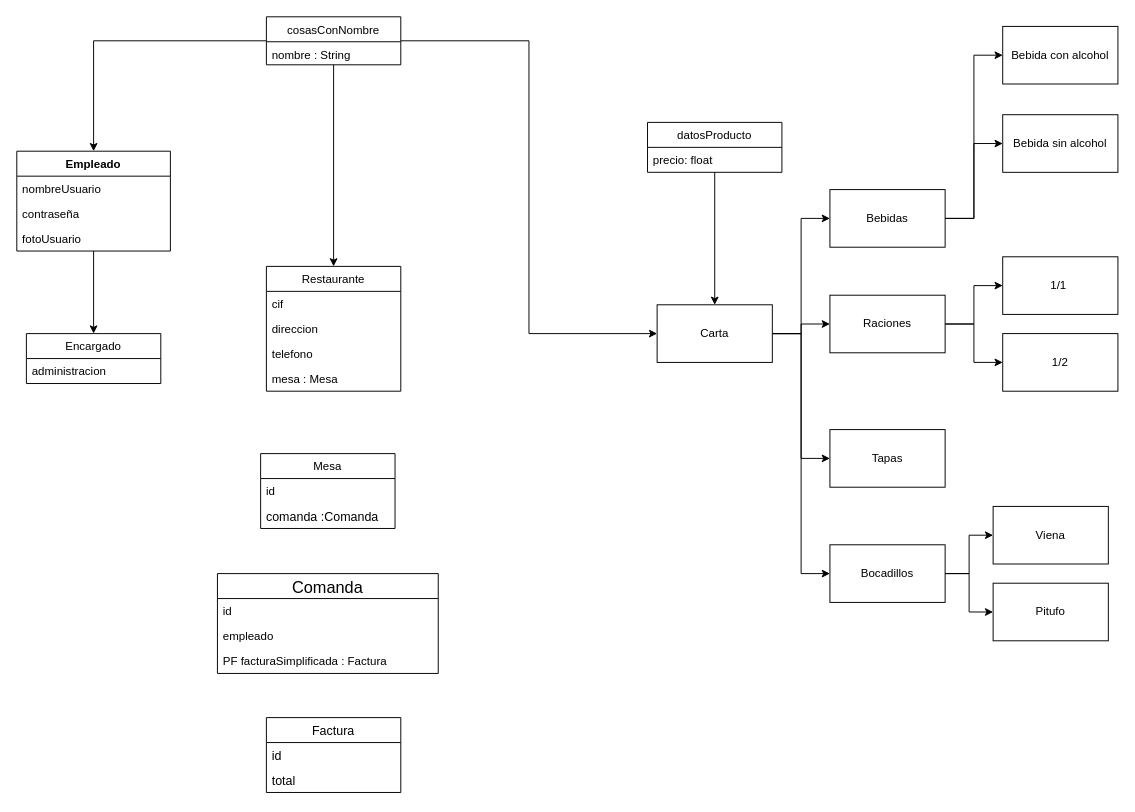
pacodelarco/TPV-FranciscoDelArco keeps this draw.io diagram as page "Diagrama 01" (1 of 3) of Diagrama/DiagramaTPV.drawio. Above is the earlier version. Source tidied: cells renumbered, new cells numbered last; positions are measured from the earlier drawing's top-left corner, leaving out a move shared by most shapes. Both pictures are drawn from the tidied source at 96%, with x=0, y=0 at pixel (16, 16).
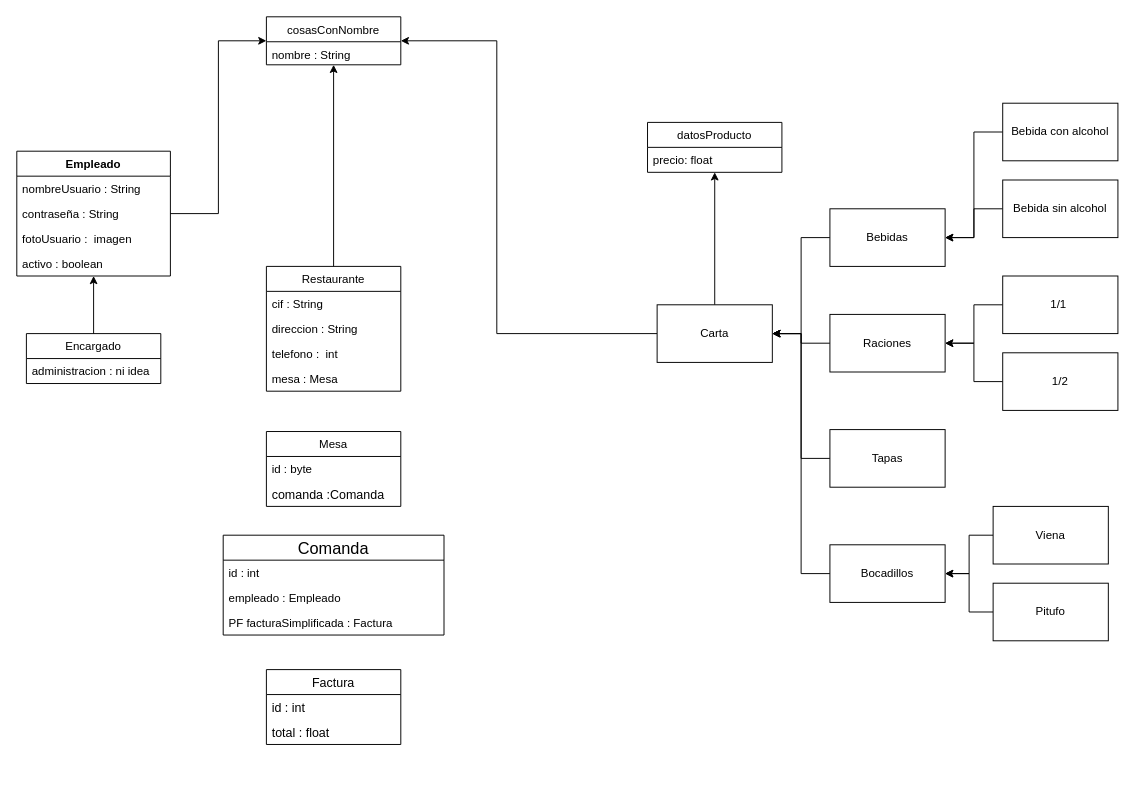
After the change.

Unchanged cells that the change refers to:
```xml
<mxCell id="6" value="Carta" style="rounded=0;whiteSpace=wrap;html=1;" parent="1" vertex="1">
  <mxGeometry x="667" y="300" width="120" height="60" as="geometry" />
</mxCell>
<mxCell id="13" value="Tapas" style="rounded=0;whiteSpace=wrap;html=1;" parent="1" vertex="1">
  <mxGeometry x="847" y="430" width="120" height="60" as="geometry" />
</mxCell>
<mxCell id="16" value="Bocadillos" style="rounded=0;whiteSpace=wrap;html=1;" parent="1" vertex="1">
  <mxGeometry x="847" y="550" width="120" height="60" as="geometry" />
</mxCell>
<mxCell id="21" value="Viena" style="whiteSpace=wrap;html=1;" parent="1" vertex="1">
  <mxGeometry x="1017" y="510" width="120" height="60" as="geometry" />
</mxCell>
<mxCell id="22" value="Pitufo" style="whiteSpace=wrap;html=1;" parent="1" vertex="1">
  <mxGeometry x="1017" y="590" width="120" height="60" as="geometry" />
</mxCell>
<mxCell id="24" value="datosProducto" style="swimlane;fontStyle=0;horizontal=1;startSize=26;fillColor=none;" parent="1" vertex="1">
  <mxGeometry x="657" y="110" width="140" height="52" as="geometry" />
</mxCell>
<mxCell id="31" value="Encargado" style="swimlane;fontStyle=0;horizontal=1;startSize=26;fillColor=none;" parent="1" vertex="1">
  <mxGeometry x="10" y="330" width="140" height="52" as="geometry" />
</mxCell>
<mxCell id="36" value="cosasConNombre" style="swimlane;fontStyle=0;horizontal=1;startSize=26;fillColor=none;" parent="1" vertex="1">
  <mxGeometry x="260" width="140" height="50" as="geometry" />
</mxCell>
<mxCell id="38" value="Restaurante" style="swimlane;fontStyle=0;horizontal=1;startSize=26;fillColor=none;" parent="1" vertex="1">
  <mxGeometry x="260" y="260" width="140" height="130" as="geometry" />
</mxCell>
```

Diff of the diagram source:
```diff
@@
-    <mxCell id="2" style="edgeStyle=orthogonalEdgeStyle;rounded=0;jettySize=auto;html=1;entryX=0;entryY=0.5;entryDx=0;entryDy=0;" parent="1" edge="1" source="6" target="9">
-      <mxGeometry relative="1" as="geometry" />
-    </mxCell>
-    <mxCell id="3" style="edgeStyle=orthogonalEdgeStyle;rounded=0;jettySize=auto;html=1;" parent="1" edge="1" source="6" target="12">
-      <mxGeometry relative="1" as="geometry" />
-    </mxCell>
-    <mxCell id="4" style="edgeStyle=orthogonalEdgeStyle;rounded=0;jettySize=auto;html=1;entryX=0;entryY=0.5;entryDx=0;entryDy=0;" parent="1" edge="1" source="6" target="13">
-      <mxGeometry relative="1" as="geometry" />
-    </mxCell>
-    <mxCell id="5" style="edgeStyle=orthogonalEdgeStyle;rounded=0;jettySize=auto;html=1;entryX=0;entryY=0.5;entryDx=0;entryDy=0;" parent="1" edge="1" source="6" target="16">
-      <mxGeometry relative="1" as="geometry" />
-    </mxCell>
+    <mxCell id="53" style="edgeStyle=orthogonalEdgeStyle;rounded=0;jettySize=auto;html=1;" parent="1" edge="1" source="6" target="36">
+      <mxGeometry relative="1" as="geometry">
+        <Array as="points">
+          <mxPoint x="500" y="330" />
+          <mxPoint x="500" y="25" />
+        </Array>
+      </mxGeometry>
+    </mxCell>
+    <mxCell id="54" style="edgeStyle=orthogonalEdgeStyle;rounded=0;jettySize=auto;html=1;" parent="1" edge="1" source="6" target="24">
+      <mxGeometry relative="1" as="geometry" />
+    </mxCell>
@@
-    <mxCell id="7" style="edgeStyle=orthogonalEdgeStyle;rounded=0;jettySize=auto;html=1;entryX=0;entryY=0.5;entryDx=0;entryDy=0;exitX=1;exitY=0.5;exitDx=0;exitDy=0;" parent="1" edge="1" source="9" target="17">
-      <mxGeometry relative="1" as="geometry" />
-    </mxCell>
-    <mxCell id="8" style="edgeStyle=orthogonalEdgeStyle;rounded=0;jettySize=auto;html=1;entryX=0;entryY=0.5;entryDx=0;entryDy=0;" parent="1" edge="1" source="9" target="18">
-      <mxGeometry relative="1" as="geometry" />
-    </mxCell>
+    <mxCell id="55" style="edgeStyle=orthogonalEdgeStyle;rounded=0;jettySize=auto;html=1;entryX=1;entryY=0.5;entryDx=0;entryDy=0;" parent="1" edge="1" source="9" target="6">
+      <mxGeometry relative="1" as="geometry" />
+    </mxCell>
     <mxCell id="9" value="Bebidas" style="rounded=0;whiteSpace=wrap;html=1;" parent="1" vertex="1">
-      <mxGeometry x="847" y="180" width="120" height="60" as="geometry" />
+      <mxGeometry x="847" y="200" width="120" height="60" as="geometry" />
     </mxCell>
-    <mxCell id="10" style="edgeStyle=orthogonalEdgeStyle;rounded=0;jettySize=auto;html=1;entryX=0;entryY=0.5;entryDx=0;entryDy=0;" parent="1" edge="1" source="12" target="19">
-      <mxGeometry relative="1" as="geometry" />
-    </mxCell>
-    <mxCell id="11" style="edgeStyle=orthogonalEdgeStyle;rounded=0;jettySize=auto;html=1;" parent="1" edge="1" source="12" target="20">
-      <mxGeometry relative="1" as="geometry" />
-    </mxCell>
+    <mxCell id="56" style="edgeStyle=orthogonalEdgeStyle;rounded=0;jettySize=auto;html=1;entryX=1;entryY=0.5;entryDx=0;entryDy=0;" parent="1" edge="1" source="12" target="6">
+      <mxGeometry relative="1" as="geometry" />
+    </mxCell>
     <mxCell id="12" value="Raciones" style="rounded=0;whiteSpace=wrap;html=1;" parent="1" vertex="1">
-      <mxGeometry x="847" y="290" width="120" height="60" as="geometry" />
+      <mxGeometry x="847" y="310" width="120" height="60" as="geometry" />
     </mxCell>
+    <mxCell id="57" style="edgeStyle=orthogonalEdgeStyle;rounded=0;jettySize=auto;html=1;entryX=1;entryY=0.5;entryDx=0;entryDy=0;" parent="1" edge="1" source="13" target="6">
+      <mxGeometry relative="1" as="geometry" />
+    </mxCell>
@@
-    <mxCell id="14" style="edgeStyle=orthogonalEdgeStyle;rounded=0;jettySize=auto;html=1;" parent="1" edge="1" source="16" target="21">
-      <mxGeometry relative="1" as="geometry" />
-    </mxCell>
-    <mxCell id="15" style="edgeStyle=orthogonalEdgeStyle;rounded=0;jettySize=auto;html=1;entryX=0;entryY=0.5;entryDx=0;entryDy=0;" parent="1" edge="1" source="16" target="22">
-      <mxGeometry relative="1" as="geometry" />
-    </mxCell>
+    <mxCell id="58" style="edgeStyle=orthogonalEdgeStyle;rounded=0;jettySize=auto;html=1;entryX=1;entryY=0.5;entryDx=0;entryDy=0;" parent="1" edge="1" source="16" target="6">
+      <mxGeometry relative="1" as="geometry" />
+    </mxCell>
@@
+    <mxCell id="59" style="edgeStyle=orthogonalEdgeStyle;rounded=0;jettySize=auto;html=1;entryX=1;entryY=0.5;entryDx=0;entryDy=0;" parent="1" edge="1" source="17" target="9">
+      <mxGeometry relative="1" as="geometry" />
+    </mxCell>
     <mxCell id="17" value="Bebida con alcohol" style="rounded=0;whiteSpace=wrap;html=1;" parent="1" vertex="1">
-      <mxGeometry x="1027" y="10" width="120" height="60" as="geometry" />
+      <mxGeometry x="1027" y="90" width="120" height="60" as="geometry" />
     </mxCell>
+    <mxCell id="60" style="edgeStyle=orthogonalEdgeStyle;rounded=0;jettySize=auto;html=1;entryX=1;entryY=0.5;entryDx=0;entryDy=0;" parent="1" edge="1" source="18" target="9">
+      <mxGeometry relative="1" as="geometry" />
+    </mxCell>
     <mxCell id="18" value="Bebida sin&amp;nbsp;alcohol" style="rounded=0;whiteSpace=wrap;html=1;" parent="1" vertex="1">
-      <mxGeometry x="1027" y="102" width="120" height="60" as="geometry" />
+      <mxGeometry x="1027" y="170" width="120" height="60" as="geometry" />
     </mxCell>
+    <mxCell id="61" style="edgeStyle=orthogonalEdgeStyle;rounded=0;jettySize=auto;html=1;entryX=1;entryY=0.5;entryDx=0;entryDy=0;" parent="1" edge="1" source="19" target="12">
+      <mxGeometry relative="1" as="geometry" />
+    </mxCell>
     <mxCell id="19" value="1/1&amp;nbsp;" style="rounded=0;whiteSpace=wrap;html=1;" parent="1" vertex="1">
-      <mxGeometry x="1027" y="250" width="120" height="60" as="geometry" />
+      <mxGeometry x="1027" y="270" width="120" height="60" as="geometry" />
     </mxCell>
+    <mxCell id="62" style="edgeStyle=orthogonalEdgeStyle;rounded=0;jettySize=auto;html=1;entryX=1;entryY=0.5;entryDx=0;entryDy=0;" parent="1" edge="1" source="20" target="12">
+      <mxGeometry relative="1" as="geometry" />
+    </mxCell>
     <mxCell id="20" value="1/2" style="rounded=0;whiteSpace=wrap;html=1;" parent="1" vertex="1">
-      <mxGeometry x="1027" y="330" width="120" height="60" as="geometry" />
+      <mxGeometry x="1027" y="350" width="120" height="60" as="geometry" />
     </mxCell>
+    <mxCell id="63" style="edgeStyle=orthogonalEdgeStyle;rounded=0;jettySize=auto;html=1;entryX=1;entryY=0.5;entryDx=0;entryDy=0;" parent="1" edge="1" source="21" target="16">
+      <mxGeometry relative="1" as="geometry" />
+    </mxCell>
@@
+    <mxCell id="64" style="edgeStyle=orthogonalEdgeStyle;rounded=0;jettySize=auto;html=1;entryX=1;entryY=0.5;entryDx=0;entryDy=0;" parent="1" edge="1" source="22" target="16">
+      <mxGeometry relative="1" as="geometry" />
+    </mxCell>
@@
-    <mxCell id="23" style="edgeStyle=orthogonalEdgeStyle;rounded=0;jettySize=auto;html=1;" parent="1" edge="1" source="24" target="6">
-      <mxGeometry relative="1" as="geometry" />
-    </mxCell>
@@
-    <mxCell id="26" style="edgeStyle=orthogonalEdgeStyle;rounded=0;jettySize=auto;html=1;entryX=0.5;entryY=0;entryDx=0;entryDy=0;" parent="1" edge="1" source="27" target="31">
-      <mxGeometry relative="1" as="geometry" />
-    </mxCell>
+    <mxCell id="65" style="edgeStyle=orthogonalEdgeStyle;rounded=0;jettySize=auto;html=1;entryX=0;entryY=0.5;entryDx=0;entryDy=0;" parent="1" edge="1" source="27" target="36">
+      <mxGeometry relative="1" as="geometry" />
+    </mxCell>
     <mxCell id="27" value="Empleado" style="swimlane;fontStyle=1;align=center;verticalAlign=top;horizontal=1;startSize=26;" parent="1" vertex="1">
-      <mxGeometry y="140" width="160" height="104" as="geometry" />
+      <mxGeometry y="140" width="160" height="130" as="geometry" />
     </mxCell>
-    <mxCell id="28" value="nombreUsuario" style="text;strokeColor=none;fillColor=none;align=left;verticalAlign=top;spacingLeft=4;spacingRight=4;overflow=hidden;" parent="27" vertex="1">
+    <mxCell id="28" value="nombreUsuario : String" style="text;strokeColor=none;fillColor=none;align=left;verticalAlign=top;spacingLeft=4;spacingRight=4;overflow=hidden;" parent="27" vertex="1">
       <mxGeometry y="26" width="160" height="26" as="geometry" />
     </mxCell>
-    <mxCell id="29" value="contraseña" style="text;strokeColor=none;fillColor=none;align=left;verticalAlign=top;spacingLeft=4;spacingRight=4;overflow=hidden;" parent="27" vertex="1">
+    <mxCell id="29" value="contraseña : String" style="text;strokeColor=none;fillColor=none;align=left;verticalAlign=top;spacingLeft=4;spacingRight=4;overflow=hidden;" parent="27" vertex="1">
       <mxGeometry y="52" width="160" height="26" as="geometry" />
     </mxCell>
-    <mxCell id="30" value="fotoUsuario" style="text;strokeColor=none;fillColor=none;align=left;verticalAlign=top;spacingLeft=4;spacingRight=4;overflow=hidden;" parent="27" vertex="1">
+    <mxCell id="30" value="fotoUsuario :  imagen" style="text;strokeColor=none;fillColor=none;align=left;verticalAlign=top;spacingLeft=4;spacingRight=4;overflow=hidden;" parent="27" vertex="1">
       <mxGeometry y="78" width="160" height="26" as="geometry" />
     </mxCell>
+    <mxCell id="66" value="activo : boolean" style="text;strokeColor=none;fillColor=none;align=left;verticalAlign=top;spacingLeft=4;spacingRight=4;overflow=hidden;" parent="27" vertex="1">
+      <mxGeometry y="104" width="160" height="26" as="geometry" />
+    </mxCell>
+    <mxCell id="67" style="edgeStyle=orthogonalEdgeStyle;rounded=0;jettySize=auto;html=1;" parent="1" edge="1" source="31" target="27">
+      <mxGeometry relative="1" as="geometry" />
+    </mxCell>
@@
-    <mxCell id="32" value="administracion" style="text;strokeColor=none;fillColor=none;align=left;verticalAlign=top;spacingLeft=4;spacingRight=4;overflow=hidden;" parent="31" vertex="1">
+    <mxCell id="32" value="administracion : ni idea" style="text;strokeColor=none;fillColor=none;align=left;verticalAlign=top;spacingLeft=4;spacingRight=4;overflow=hidden;" parent="31" vertex="1">
       <mxGeometry y="26" width="140" height="26" as="geometry" />
     </mxCell>
-    <mxCell id="33" style="edgeStyle=orthogonalEdgeStyle;rounded=0;jettySize=auto;html=1;entryX=0.5;entryY=0;entryDx=0;entryDy=0;" parent="1" edge="1" source="36" target="38">
-      <mxGeometry relative="1" as="geometry" />
-    </mxCell>
-    <mxCell id="34" style="edgeStyle=orthogonalEdgeStyle;rounded=0;jettySize=auto;html=1;entryX=0.5;entryY=0;entryDx=0;entryDy=0;" parent="1" edge="1" source="36" target="27">
-      <mxGeometry relative="1" as="geometry" />
-    </mxCell>
-    <mxCell id="35" style="edgeStyle=orthogonalEdgeStyle;rounded=0;jettySize=auto;html=1;entryX=0;entryY=0.5;entryDx=0;entryDy=0;" parent="1" edge="1" source="36" target="6">
-      <mxGeometry relative="1" as="geometry" />
-    </mxCell>
@@
+    <mxCell id="68" style="edgeStyle=orthogonalEdgeStyle;rounded=0;jettySize=auto;html=1;" parent="1" edge="1" source="38" target="36">
+      <mxGeometry relative="1" as="geometry" />
+    </mxCell>
@@
-    <mxCell id="39" value="cif" style="text;strokeColor=none;fillColor=none;align=left;verticalAlign=top;spacingLeft=4;spacingRight=4;overflow=hidden;" parent="38" vertex="1">
+    <mxCell id="39" value="cif : String" style="text;strokeColor=none;fillColor=none;align=left;verticalAlign=top;spacingLeft=4;spacingRight=4;overflow=hidden;" parent="38" vertex="1">
       <mxGeometry y="26" width="140" height="26" as="geometry" />
     </mxCell>
-    <mxCell id="40" value="direccion" style="text;strokeColor=none;fillColor=none;align=left;verticalAlign=top;spacingLeft=4;spacingRight=4;overflow=hidden;" parent="38" vertex="1">
+    <mxCell id="40" value="direccion : String" style="text;strokeColor=none;fillColor=none;align=left;verticalAlign=top;spacingLeft=4;spacingRight=4;overflow=hidden;" parent="38" vertex="1">
       <mxGeometry y="52" width="140" height="26" as="geometry" />
     </mxCell>
-    <mxCell id="41" value="telefono" style="text;strokeColor=none;fillColor=none;align=left;verticalAlign=top;spacingLeft=4;spacingRight=4;overflow=hidden;" parent="38" vertex="1">
+    <mxCell id="41" value="telefono :  int" style="text;strokeColor=none;fillColor=none;align=left;verticalAlign=top;spacingLeft=4;spacingRight=4;overflow=hidden;" parent="38" vertex="1">
       <mxGeometry y="78" width="140" height="26" as="geometry" />
     </mxCell>
@@
     <mxCell id="43" value="Mesa" style="swimlane;fontStyle=0;horizontal=1;startSize=26;fillColor=none;" parent="1" vertex="1">
-      <mxGeometry x="254" y="455" width="140" height="78" as="geometry" />
+      <mxGeometry x="260" y="432" width="140" height="78" as="geometry" />
     </mxCell>
-    <mxCell id="44" value="id" style="text;strokeColor=none;fillColor=none;align=left;verticalAlign=top;spacingLeft=4;spacingRight=4;overflow=hidden;" parent="43" vertex="1">
+    <mxCell id="44" value="id : byte" style="text;strokeColor=none;fillColor=none;align=left;verticalAlign=top;spacingLeft=4;spacingRight=4;overflow=hidden;" parent="43" vertex="1">
       <mxGeometry y="26" width="140" height="26" as="geometry" />
     </mxCell>
@@
     <mxCell id="46" value="Comanda" style="swimlane;fontStyle=0;horizontal=1;startSize=26;fillColor=none;fontSize=17;" parent="1" vertex="1">
-      <mxGeometry x="209" y="580" width="230" height="104" as="geometry" />
+      <mxGeometry x="215" y="540" width="230" height="104" as="geometry" />
     </mxCell>
-    <mxCell id="47" value="id" style="text;strokeColor=none;fillColor=none;align=left;verticalAlign=top;spacingLeft=4;spacingRight=4;overflow=hidden;" parent="46" vertex="1">
+    <mxCell id="47" value="id : int" style="text;strokeColor=none;fillColor=none;align=left;verticalAlign=top;spacingLeft=4;spacingRight=4;overflow=hidden;" parent="46" vertex="1">
       <mxGeometry y="26" width="230" height="26" as="geometry" />
     </mxCell>
-    <mxCell id="48" value="empleado" style="text;strokeColor=none;fillColor=none;align=left;verticalAlign=top;spacingLeft=4;spacingRight=4;overflow=hidden;" parent="46" vertex="1">
+    <mxCell id="48" value="empleado : Empleado" style="text;strokeColor=none;fillColor=none;align=left;verticalAlign=top;spacingLeft=4;spacingRight=4;overflow=hidden;" parent="46" vertex="1">
       <mxGeometry y="52" width="230" height="26" as="geometry" />
     </mxCell>
@@
     <mxCell id="50" value="Factura" style="swimlane;fontStyle=0;horizontal=1;startSize=26;fillColor=none;fontSize=13;" parent="1" vertex="1">
-      <mxGeometry x="260" y="730" width="140" height="78" as="geometry" />
+      <mxGeometry x="260" y="680" width="140" height="78" as="geometry" />
     </mxCell>
-    <mxCell id="51" value="id" style="text;strokeColor=none;fillColor=none;align=left;verticalAlign=top;spacingLeft=4;spacingRight=4;overflow=hidden;fontSize=13;" parent="50" vertex="1">
+    <mxCell id="51" value="id : int" style="text;strokeColor=none;fillColor=none;align=left;verticalAlign=top;spacingLeft=4;spacingRight=4;overflow=hidden;fontSize=13;" parent="50" vertex="1">
       <mxGeometry y="26" width="140" height="26" as="geometry" />
     </mxCell>
-    <mxCell id="52" value="total" style="text;strokeColor=none;fillColor=none;align=left;verticalAlign=top;spacingLeft=4;spacingRight=4;overflow=hidden;fontSize=13;" parent="50" vertex="1">
+    <mxCell id="52" value="total : float" style="text;strokeColor=none;fillColor=none;align=left;verticalAlign=top;spacingLeft=4;spacingRight=4;overflow=hidden;fontSize=13;" parent="50" vertex="1">
       <mxGeometry y="52" width="140" height="26" as="geometry" />
     </mxCell>
```
